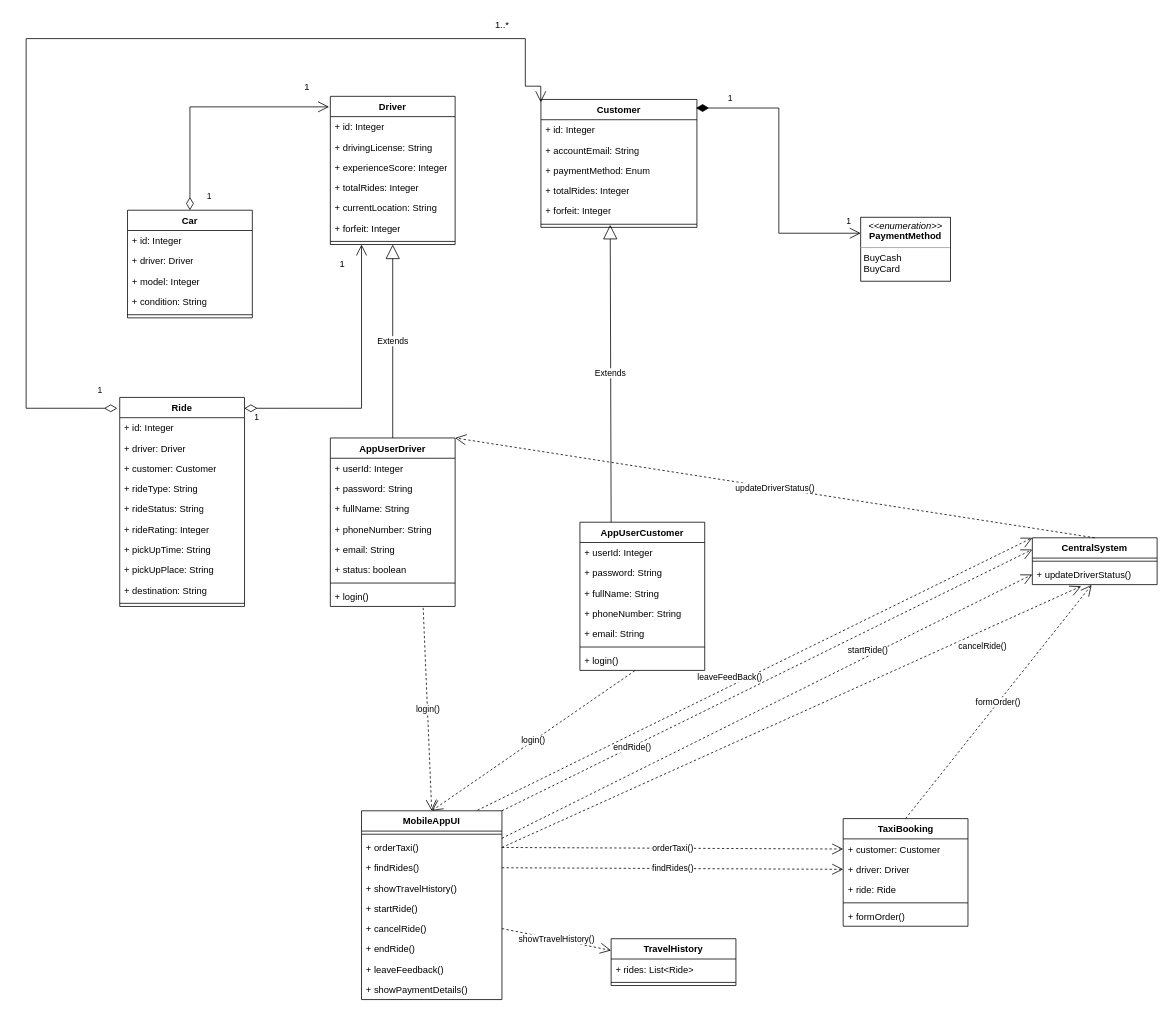
This is ClassDia.drawio from hard-gainer/UML, a draw.io file, before an edit. Source tidied: cells renumbered, new cells numbered last; positions are measured from the earlier drawing's top-left corner, leaving out a move shared by most shapes. Both pictures are drawn from the tidied source at 78%, with x=0, y=0 at pixel (26, 13).
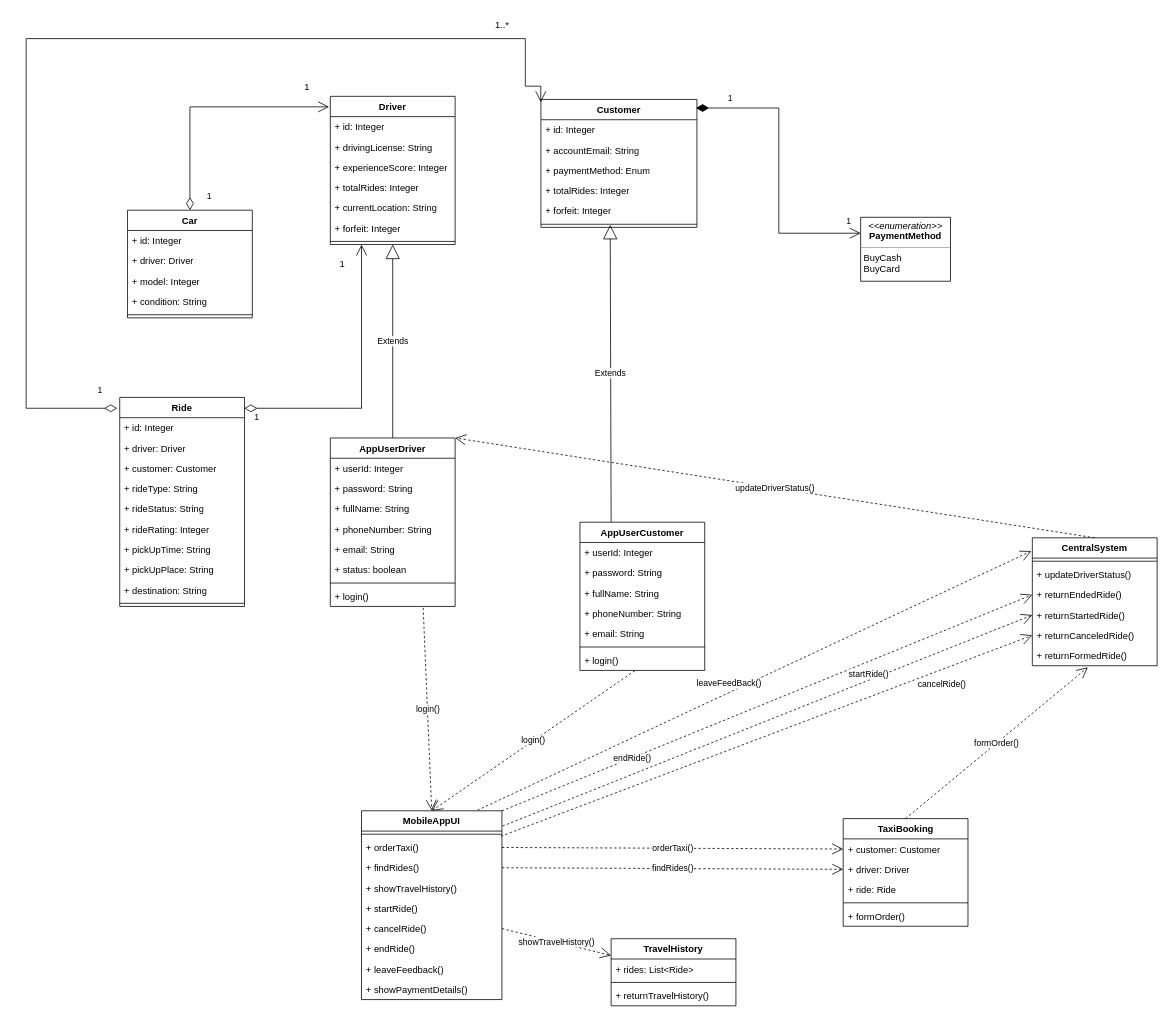
Above is the later version.

The change refers to these unchanged cells:
```xml
<mxCell id="45" value="+ updateDriverStatus()" style="text;strokeColor=none;fillColor=none;align=left;verticalAlign=top;spacingLeft=4;spacingRight=4;overflow=hidden;points=[[0,0.5],[1,0.5]];portConstraint=eastwest;whiteSpace=wrap;html=1;" parent="43" vertex="1">
  <mxGeometry y="34" width="160" height="26" as="geometry" />
</mxCell>
<mxCell id="49" value="MobileAppUI" style="swimlane;fontStyle=1;align=center;verticalAlign=top;horizontal=1;startSize=26;whiteSpace=wrap;html=1;" parent="1" vertex="1">
  <mxGeometry x="430" y="1022" width="180" height="242" as="geometry" />
</mxCell>
<mxCell id="51" value="+ orderTaxi()" style="text;strokeColor=none;fillColor=none;align=left;verticalAlign=top;spacingLeft=4;spacingRight=4;overflow=hidden;points=[[0,0.5],[1,0.5]];portConstraint=eastwest;whiteSpace=wrap;html=1;" parent="49" vertex="1">
  <mxGeometry y="34" width="180" height="26" as="geometry" />
</mxCell>
<mxCell id="60" value="TaxiBooking" style="swimlane;fontStyle=1;align=center;verticalAlign=top;horizontal=1;startSize=26;whiteSpace=wrap;html=1;" parent="1" vertex="1">
  <mxGeometry x="1047.5" y="1032" width="160" height="138" as="geometry" />
</mxCell>
```

Change to the diagram source:
```diff
@@
     <mxCell id="43" value="CentralSystem" style="swimlane;fontStyle=1;align=center;verticalAlign=top;horizontal=1;startSize=26;whiteSpace=wrap;html=1;" parent="1" vertex="1">
-      <mxGeometry x="1290" y="672" width="160" height="60" as="geometry" />
+      <mxGeometry x="1290" y="672" width="160" height="164" as="geometry" />
     </mxCell>
@@
+    <mxCell id="95" value="+ returnEndedRide()" style="text;strokeColor=none;fillColor=none;align=left;verticalAlign=top;spacingLeft=4;spacingRight=4;overflow=hidden;points=[[0,0.5],[1,0.5]];portConstraint=eastwest;whiteSpace=wrap;html=1;" parent="43" vertex="1">
+      <mxGeometry y="60" width="160" height="26" as="geometry" />
+    </mxCell>
+    <mxCell id="96" value="+ returnStartedRide()" style="text;strokeColor=none;fillColor=none;align=left;verticalAlign=top;spacingLeft=4;spacingRight=4;overflow=hidden;points=[[0,0.5],[1,0.5]];portConstraint=eastwest;whiteSpace=wrap;html=1;" parent="43" vertex="1">
+      <mxGeometry y="86" width="160" height="26" as="geometry" />
+    </mxCell>
+    <mxCell id="97" value="+ returnCanceledRide()" style="text;strokeColor=none;fillColor=none;align=left;verticalAlign=top;spacingLeft=4;spacingRight=4;overflow=hidden;points=[[0,0.5],[1,0.5]];portConstraint=eastwest;whiteSpace=wrap;html=1;" parent="43" vertex="1">
+      <mxGeometry y="112" width="160" height="26" as="geometry" />
+    </mxCell>
+    <mxCell id="98" value="+ returnFormedRide()" style="text;strokeColor=none;fillColor=none;align=left;verticalAlign=top;spacingLeft=4;spacingRight=4;overflow=hidden;points=[[0,0.5],[1,0.5]];portConstraint=eastwest;whiteSpace=wrap;html=1;" parent="43" vertex="1">
+      <mxGeometry y="138" width="160" height="26" as="geometry" />
+    </mxCell>
@@
-    <mxCell id="78" value="formOrder()" style="endArrow=open;endSize=12;dashed=1;html=1;rounded=0;exitX=0.5;exitY=0;exitDx=0;exitDy=0;entryX=0.475;entryY=1.015;entryDx=0;entryDy=0;entryPerimeter=0;" parent="1" edge="1" source="60" target="45">
+    <mxCell id="78" value="formOrder()" style="endArrow=open;endSize=12;dashed=1;html=1;rounded=0;exitX=0.5;exitY=0;exitDx=0;exitDy=0;entryX=0.445;entryY=1.078;entryDx=0;entryDy=0;entryPerimeter=0;" parent="1" edge="1" source="60" target="98">
       <mxGeometry relative="1" as="geometry" />
     </mxCell>
@@
-    <mxCell id="87" value="endRide()" style="endArrow=open;endSize=12;dashed=1;html=1;rounded=0;exitX=1;exitY=0;exitDx=0;exitDy=0;entryX=0;entryY=0.25;entryDx=0;entryDy=0;" parent="1" edge="1" source="49" target="43">
+    <mxCell id="87" value="endRide()" style="endArrow=open;endSize=12;dashed=1;html=1;rounded=0;exitX=1;exitY=0;exitDx=0;exitDy=0;entryX=0;entryY=0.5;entryDx=0;entryDy=0;" parent="1" edge="1" source="49" target="95">
       <mxGeometry x="-0.51" y="-1" relative="1" as="geometry" />
     </mxCell>
-    <mxCell id="88" value="startRide()" style="endArrow=open;endSize=12;dashed=1;html=1;rounded=0;exitX=0.999;exitY=0.146;exitDx=0;exitDy=0;entryX=0;entryY=0.5;entryDx=0;entryDy=0;exitPerimeter=0;" parent="1" edge="1" source="49" target="45">
+    <mxCell id="88" value="startRide()" style="endArrow=open;endSize=12;dashed=1;html=1;rounded=0;exitX=1.004;exitY=0.081;exitDx=0;exitDy=0;entryX=0;entryY=0.5;entryDx=0;entryDy=0;exitPerimeter=0;" parent="1" edge="1" source="49" target="96">
       <mxGeometry x="0.39" y="7" relative="1" as="geometry" />
     </mxCell>
-    <mxCell id="89" value="cancelRide()" style="endArrow=open;endSize=12;dashed=1;html=1;rounded=0;exitX=1;exitY=0.5;exitDx=0;exitDy=0;entryX=0.391;entryY=1.081;entryDx=0;entryDy=0;entryPerimeter=0;" parent="1" edge="1" source="51" target="45">
+    <mxCell id="89" value="cancelRide()" style="endArrow=open;endSize=12;dashed=1;html=1;rounded=0;exitX=0.993;exitY=-0.054;exitDx=0;exitDy=0;entryX=0;entryY=0.5;entryDx=0;entryDy=0;exitPerimeter=0;" parent="1" edge="1" source="51" target="97">
       <mxGeometry x="0.64" y="-18" relative="1" as="geometry" />
     </mxCell>
     <mxCell id="90" value="TravelHistory" style="swimlane;fontStyle=1;align=center;verticalAlign=top;horizontal=1;startSize=26;whiteSpace=wrap;html=1;" parent="1" vertex="1">
-      <mxGeometry x="750" y="1186" width="160" height="60" as="geometry" />
+      <mxGeometry x="750" y="1186" width="160" height="86" as="geometry" />
     </mxCell>
@@
+    <mxCell id="99" value="+ returnTravelHistory()" style="text;strokeColor=none;fillColor=none;align=left;verticalAlign=top;spacingLeft=4;spacingRight=4;overflow=hidden;whiteSpace=wrap;html=1;" parent="90" vertex="1">
+      <mxGeometry y="60" width="160" height="26" as="geometry" />
+    </mxCell>
@@
-    <mxCell id="94" value="leaveFeedBack()" style="endArrow=open;endSize=12;dashed=1;html=1;rounded=0;entryX=0;entryY=0;entryDx=0;entryDy=0;exitX=0.826;exitY=-0.003;exitDx=0;exitDy=0;exitPerimeter=0;" parent="1" edge="1" source="49" target="43">
+    <mxCell id="94" value="leaveFeedBack()" style="endArrow=open;endSize=12;dashed=1;html=1;rounded=0;entryX=-0.008;entryY=0.104;entryDx=0;entryDy=0;exitX=0.826;exitY=-0.003;exitDx=0;exitDy=0;exitPerimeter=0;entryPerimeter=0;" parent="1" edge="1" source="49" target="43">
       <mxGeometry x="-0.08" y="10" relative="1" as="geometry" />
     </mxCell>
```
